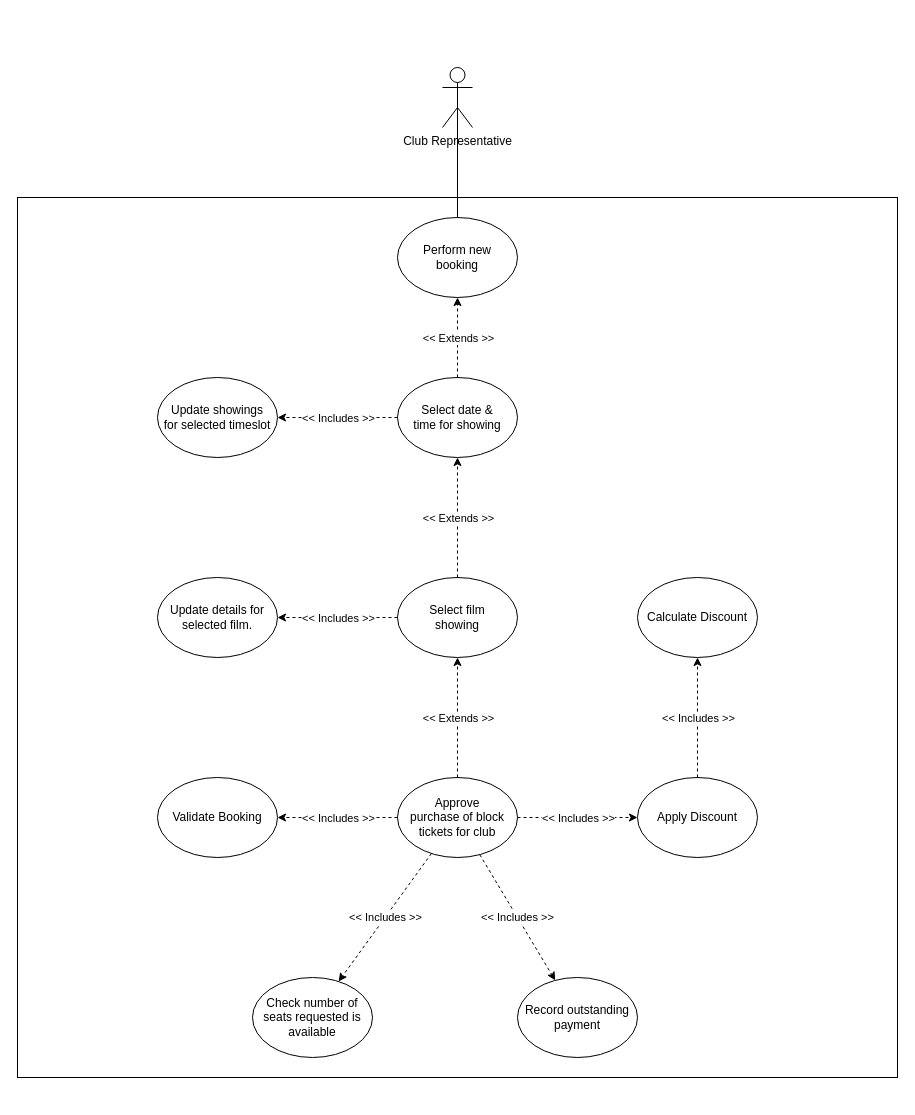
Above: Use-Cases/Club-Representative-Perform-Booking.drawio in 19ATF72/ESD_Semester_2 (draw.io), before the change. Source tidied: cells renumbered, new cells numbered last; positions are measured from the earlier drawing's top-left corner, leaving out a move shared by most shapes. Both pictures are drawn from the tidied source at 100%, with x=0, y=0 at pixel (17, 67).
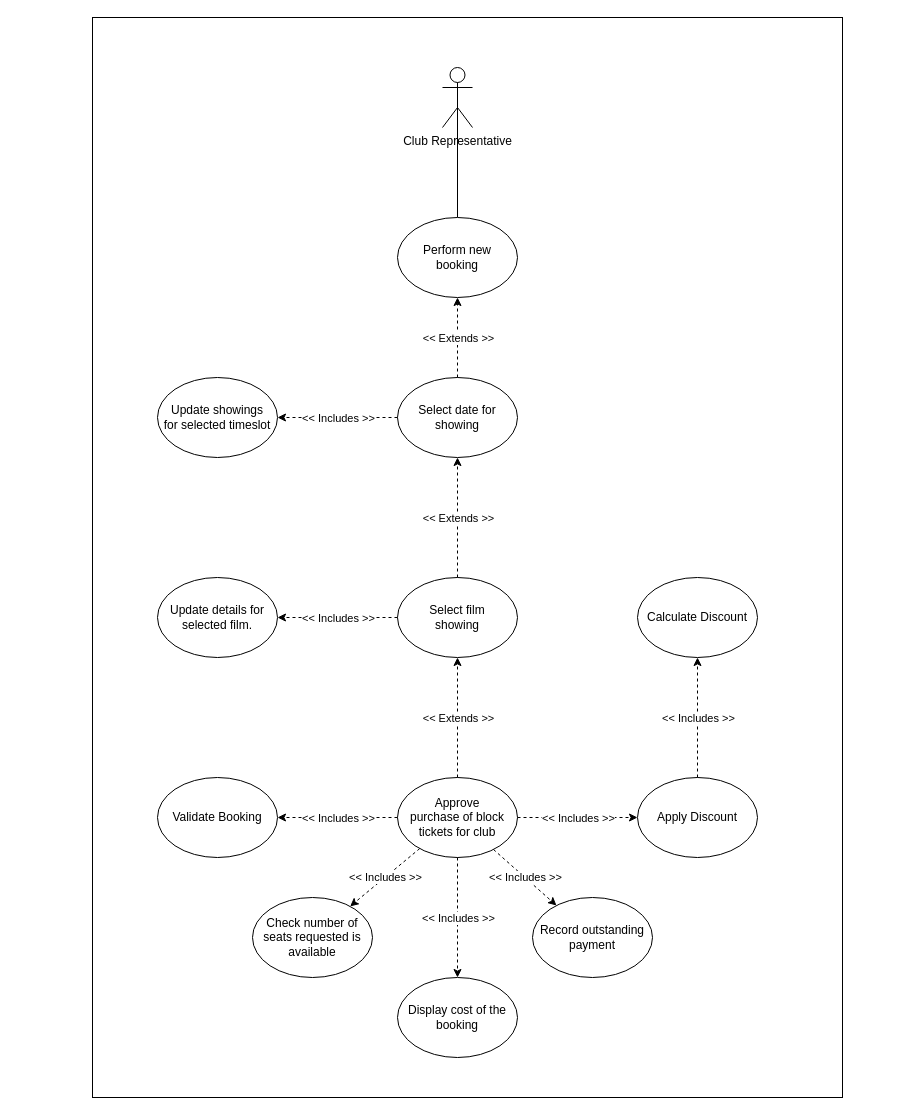
After the change.

Unchanged cells that the change refers to:
```xml
<mxCell id="4" value="Approve &lt;br&gt;purchase of block tickets for club" style="ellipse;whiteSpace=wrap;html=1;" parent="1" vertex="1">
  <mxGeometry x="380" y="710" width="120" height="80" as="geometry" />
</mxCell>
```

The edit, as a diff of the source:
```diff
@@
-    <mxCell id="2" style="whiteSpace=wrap;html=1;" parent="1" vertex="1">
-      <mxGeometry y="130" width="880" height="880" as="geometry" />
-    </mxCell>
+    <mxCell id="36" style="rounded=0;whiteSpace=wrap;html=1;" parent="1" vertex="1">
+      <mxGeometry x="75" y="-50" width="750" height="1080" as="geometry" />
+    </mxCell>
@@
-    <mxCell id="8" value="Select date &amp;amp; &lt;br&gt;time for showing" style="ellipse;whiteSpace=wrap;html=1;" parent="1" vertex="1">
+    <mxCell id="8" value="Select date for showing" style="ellipse;whiteSpace=wrap;html=1;" parent="1" vertex="1">
       <mxGeometry x="380" y="310" width="120" height="80" as="geometry" />
     </mxCell>
@@
     <mxCell id="25" value="Check number of seats requested is available" style="ellipse;whiteSpace=wrap;html=1;" parent="1" vertex="1">
-      <mxGeometry x="235" y="910" width="120" height="80" as="geometry" />
+      <mxGeometry x="235" y="830" width="120" height="80" as="geometry" />
     </mxCell>
@@
     <mxCell id="30" value="Record outstanding&lt;br&gt;payment" style="ellipse;whiteSpace=wrap;html=1;" parent="1" vertex="1">
-      <mxGeometry x="500" y="910" width="120" height="80" as="geometry" />
+      <mxGeometry x="515" y="830" width="120" height="80" as="geometry" />
     </mxCell>
@@
+    <mxCell id="37" value="Display cost of the booking" style="ellipse;whiteSpace=wrap;html=1;" parent="1" vertex="1">
+      <mxGeometry x="380" y="910" width="120" height="80" as="geometry" />
+    </mxCell>
+    <mxCell id="38" style="endArrow=classic;html=1;strokeColor=#000000;dashed=1;" parent="1" edge="1" source="4" target="37">
+      <mxGeometry relative="1" as="geometry" />
+    </mxCell>
+    <mxCell id="39" value="&amp;lt;&amp;lt; Includes &amp;gt;&amp;gt;" style="edgeLabel;html=1;align=center;verticalAlign=middle;" parent="38" vertex="1">
+      <mxGeometry relative="1" as="geometry" />
+    </mxCell>
```
